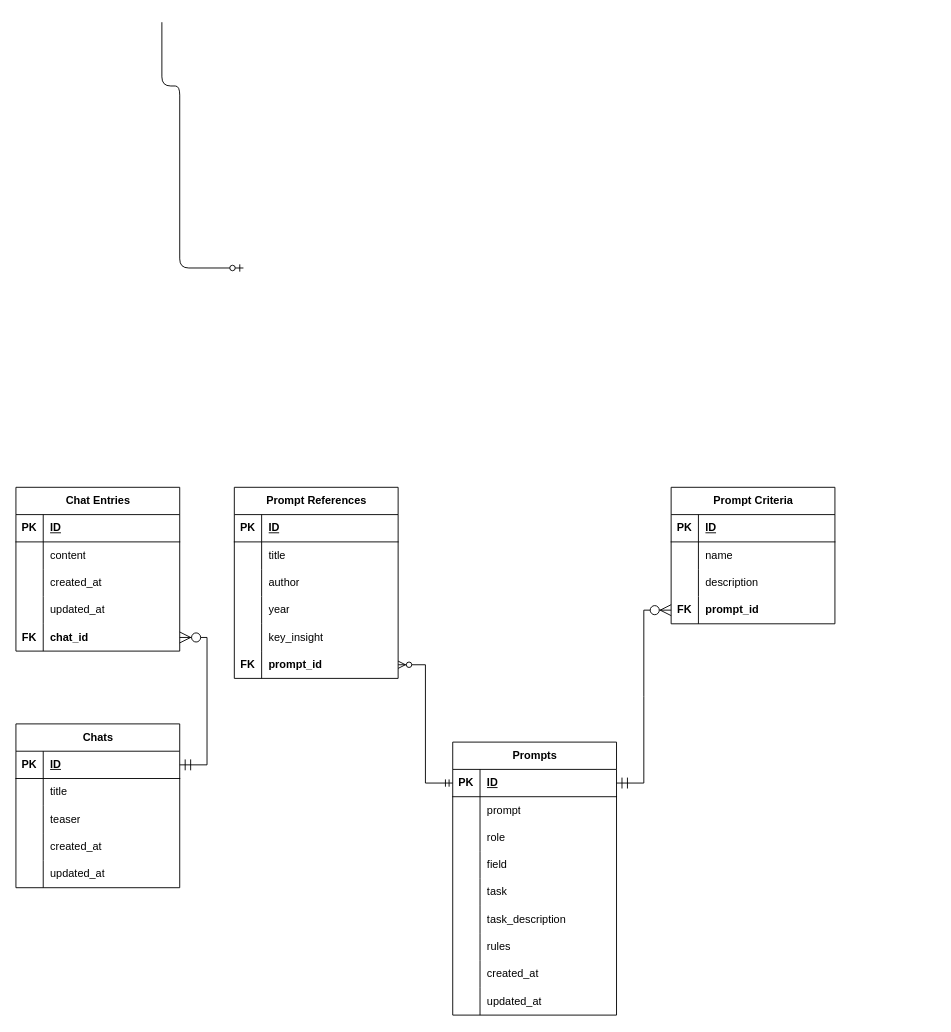
Before: docs/database.drawio in sergeyklay/promptly, a draw.io diagram. Source tidied: cells renumbered, new cells numbered last; positions are measured from the earlier drawing's top-left corner, leaving out a move shared by most shapes. Both pictures are drawn from the tidied source at 91%, with x=0, y=0 at pixel (15, 22).
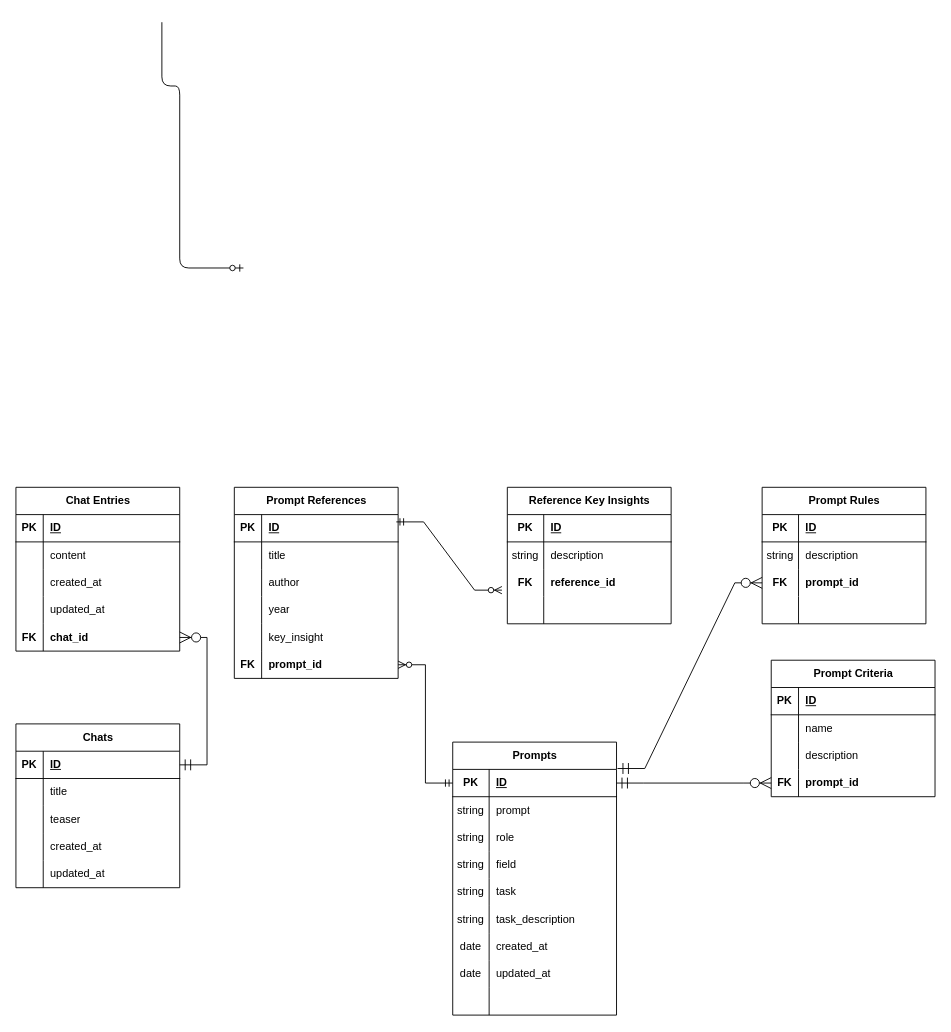
After the change.

Unchanged cells that the change refers to:
```xml
<mxCell id="36" value="Prompts" style="shape=table;startSize=30;childLayout=tableLayout;rowLines=0;fontStyle=1;align=center;html=1;fillColor=none;" parent="1" vertex="1">
  <mxGeometry x="480" y="791" width="180" height="300" as="geometry" />
</mxCell>
<mxCell id="37" style="shape=tableRow;horizontal=0;startSize=0;swimlaneHead=0;swimlaneBody=0;fillColor=none;points=[[0,0.5],[1,0.5]];portConstraint=eastwest;top=0;left=0;right=0;bottom=1;" parent="36" vertex="1">
  <mxGeometry y="30" width="180" height="30" as="geometry" />
</mxCell>
<mxCell id="40" style="shape=tableRow;horizontal=0;startSize=0;swimlaneHead=0;swimlaneBody=0;fillColor=none;top=0;left=0;right=0;bottom=0;" parent="36" vertex="1">
  <mxGeometry y="60" width="180" height="30" as="geometry" />
</mxCell>
<mxCell id="43" style="shape=tableRow;horizontal=0;startSize=0;swimlaneHead=0;swimlaneBody=0;fillColor=none;top=0;left=0;right=0;bottom=0;" parent="36" vertex="1">
  <mxGeometry y="90" width="180" height="30" as="geometry" />
</mxCell>
<mxCell id="46" style="shape=tableRow;horizontal=0;startSize=0;swimlaneHead=0;swimlaneBody=0;fillColor=none;top=0;left=0;right=0;bottom=0;" parent="36" vertex="1">
  <mxGeometry y="120" width="180" height="30" as="geometry" />
</mxCell>
<mxCell id="49" style="shape=tableRow;horizontal=0;startSize=0;swimlaneHead=0;swimlaneBody=0;fillColor=none;top=0;left=0;right=0;bottom=0;" parent="36" vertex="1">
  <mxGeometry y="150" width="180" height="30" as="geometry" />
</mxCell>
<mxCell id="52" style="shape=tableRow;horizontal=0;startSize=0;swimlaneHead=0;swimlaneBody=0;fillColor=none;top=0;left=0;right=0;bottom=0;" parent="36" vertex="1">
  <mxGeometry y="180" width="180" height="30" as="geometry" />
</mxCell>
<mxCell id="58" style="shape=tableRow;horizontal=0;startSize=0;swimlaneHead=0;swimlaneBody=0;fillColor=none;top=0;left=0;right=0;bottom=0;" parent="36" vertex="1">
  <mxGeometry y="240" width="180" height="30" as="geometry" />
</mxCell>
<mxCell id="61" style="shape=tableRow;horizontal=0;startSize=0;swimlaneHead=0;swimlaneBody=0;fillColor=none;top=0;left=0;right=0;bottom=0;" parent="36" vertex="1">
  <mxGeometry y="270" width="180" height="30" as="geometry" />
</mxCell>
<mxCell id="79" style="shape=tableRow;horizontal=0;startSize=0;swimlaneHead=0;swimlaneBody=0;fillColor=none;points=[[0,0.5],[1,0.5]];portConstraint=eastwest;top=0;left=0;right=0;bottom=1;" parent="78" vertex="1">
  <mxGeometry y="30" width="180" height="30" as="geometry" />
</mxCell>
```

The edit, as a diff of the source:
```diff
@@
     <mxCell id="38" value="PK" style="shape=partialRectangle;fillColor=none;top=0;left=0;bottom=0;right=0;fontStyle=1;overflow=hidden;whiteSpace=wrap;html=1;" parent="37" vertex="1">
-      <mxGeometry width="30" height="30" as="geometry" />
+      <mxGeometry width="40" height="30" as="geometry" />
     </mxCell>
     <mxCell id="39" value="ID" style="shape=partialRectangle;fillColor=none;top=0;left=0;bottom=0;right=0;align=left;spacingLeft=6;fontStyle=5;overflow=hidden;whiteSpace=wrap;html=1;" parent="37" vertex="1">
-      <mxGeometry x="30" width="150" height="30" as="geometry" />
+      <mxGeometry x="40" width="140" height="30" as="geometry" />
     </mxCell>
@@
-    <mxCell id="41" style="shape=partialRectangle;fillColor=none;top=0;left=0;bottom=0;right=0;overflow=hidden;whiteSpace=wrap;html=1;" parent="40" vertex="1">
-      <mxGeometry width="30" height="30" as="geometry" />
+    <mxCell id="41" value="string" style="shape=partialRectangle;fillColor=none;top=0;left=0;bottom=0;right=0;overflow=hidden;whiteSpace=wrap;html=1;" parent="40" vertex="1">
+      <mxGeometry width="40" height="30" as="geometry" />
     </mxCell>
     <mxCell id="42" value="prompt" style="shape=partialRectangle;fillColor=none;top=0;left=0;bottom=0;right=0;align=left;spacingLeft=6;overflow=hidden;whiteSpace=wrap;html=1;" parent="40" vertex="1">
-      <mxGeometry x="30" width="150" height="30" as="geometry" />
+      <mxGeometry x="40" width="140" height="30" as="geometry" />
     </mxCell>
@@
-    <mxCell id="44" style="shape=partialRectangle;fillColor=none;top=0;left=0;bottom=0;right=0;overflow=hidden;whiteSpace=wrap;html=1;" parent="43" vertex="1">
-      <mxGeometry width="30" height="30" as="geometry" />
+    <mxCell id="44" value="string" style="shape=partialRectangle;fillColor=none;top=0;left=0;bottom=0;right=0;overflow=hidden;whiteSpace=wrap;html=1;" parent="43" vertex="1">
+      <mxGeometry width="40" height="30" as="geometry" />
     </mxCell>
     <mxCell id="45" value="role" style="shape=partialRectangle;fillColor=none;top=0;left=0;bottom=0;right=0;align=left;spacingLeft=6;overflow=hidden;whiteSpace=wrap;html=1;" parent="43" vertex="1">
-      <mxGeometry x="30" width="150" height="30" as="geometry" />
+      <mxGeometry x="40" width="140" height="30" as="geometry" />
     </mxCell>
@@
-    <mxCell id="47" style="shape=partialRectangle;fillColor=none;top=0;left=0;bottom=0;right=0;overflow=hidden;whiteSpace=wrap;html=1;" parent="46" vertex="1">
-      <mxGeometry width="30" height="30" as="geometry" />
+    <mxCell id="47" value="string" style="shape=partialRectangle;fillColor=none;top=0;left=0;bottom=0;right=0;overflow=hidden;whiteSpace=wrap;html=1;" parent="46" vertex="1">
+      <mxGeometry width="40" height="30" as="geometry" />
     </mxCell>
     <mxCell id="48" value="field" style="shape=partialRectangle;fillColor=none;top=0;left=0;bottom=0;right=0;align=left;spacingLeft=6;overflow=hidden;whiteSpace=wrap;html=1;" parent="46" vertex="1">
-      <mxGeometry x="30" width="150" height="30" as="geometry" />
+      <mxGeometry x="40" width="140" height="30" as="geometry" />
     </mxCell>
@@
-    <mxCell id="50" style="shape=partialRectangle;fillColor=none;top=0;left=0;bottom=0;right=0;overflow=hidden;whiteSpace=wrap;html=1;" parent="49" vertex="1">
-      <mxGeometry width="30" height="30" as="geometry" />
+    <mxCell id="50" value="string" style="shape=partialRectangle;fillColor=none;top=0;left=0;bottom=0;right=0;overflow=hidden;whiteSpace=wrap;html=1;" parent="49" vertex="1">
+      <mxGeometry width="40" height="30" as="geometry" />
     </mxCell>
     <mxCell id="51" value="task" style="shape=partialRectangle;fillColor=none;top=0;left=0;bottom=0;right=0;align=left;spacingLeft=6;overflow=hidden;whiteSpace=wrap;html=1;" parent="49" vertex="1">
-      <mxGeometry x="30" width="150" height="30" as="geometry" />
+      <mxGeometry x="40" width="140" height="30" as="geometry" />
     </mxCell>
@@
-    <mxCell id="53" style="shape=partialRectangle;fillColor=none;top=0;left=0;bottom=0;right=0;overflow=hidden;whiteSpace=wrap;html=1;" parent="52" vertex="1">
-      <mxGeometry width="30" height="30" as="geometry" />
+    <mxCell id="53" value="string" style="shape=partialRectangle;fillColor=none;top=0;left=0;bottom=0;right=0;overflow=hidden;whiteSpace=wrap;html=1;" parent="52" vertex="1">
+      <mxGeometry width="40" height="30" as="geometry" />
     </mxCell>
     <mxCell id="54" value="task_description" style="shape=partialRectangle;fillColor=none;top=0;left=0;bottom=0;right=0;align=left;spacingLeft=6;overflow=hidden;whiteSpace=wrap;html=1;" parent="52" vertex="1">
-      <mxGeometry x="30" width="150" height="30" as="geometry" />
+      <mxGeometry x="40" width="140" height="30" as="geometry" />
     </mxCell>
-    <mxCell id="55" style="shape=tableRow;horizontal=0;startSize=0;swimlaneHead=0;swimlaneBody=0;fillColor=none;top=0;left=0;right=0;bottom=0;" parent="36" vertex="1">
+    <mxCell id="55" style="shape=tableRow;horizontal=0;startSize=0;swimlaneHead=0;swimlaneBody=0;fillColor=none;top=0;left=0;right=0;bottom=0;swimlaneLine=1;" parent="36" vertex="1">
       <mxGeometry y="210" width="180" height="30" as="geometry" />
     </mxCell>
-    <mxCell id="56" style="shape=partialRectangle;fillColor=none;top=0;left=0;bottom=0;right=0;overflow=hidden;whiteSpace=wrap;html=1;" parent="55" vertex="1">
-      <mxGeometry width="30" height="30" as="geometry" />
+    <mxCell id="56" value="date" style="shape=partialRectangle;fillColor=none;top=0;left=0;bottom=0;right=0;overflow=hidden;whiteSpace=wrap;html=1;" parent="55" vertex="1">
+      <mxGeometry width="40" height="30" as="geometry" />
     </mxCell>
-    <mxCell id="57" value="rules" style="shape=partialRectangle;fillColor=none;top=0;left=0;bottom=0;right=0;align=left;spacingLeft=6;overflow=hidden;whiteSpace=wrap;html=1;" parent="55" vertex="1">
-      <mxGeometry x="30" width="150" height="30" as="geometry" />
+    <mxCell id="57" value="created_at" style="shape=partialRectangle;fillColor=none;top=0;left=0;bottom=0;right=0;align=left;spacingLeft=6;overflow=hidden;whiteSpace=wrap;html=1;" parent="55" vertex="1">
+      <mxGeometry x="40" width="140" height="30" as="geometry" />
     </mxCell>
@@
-    <mxCell id="59" style="shape=partialRectangle;fillColor=none;top=0;left=0;bottom=0;right=0;overflow=hidden;whiteSpace=wrap;html=1;" parent="58" vertex="1">
-      <mxGeometry width="30" height="30" as="geometry" />
+    <mxCell id="59" value="date" style="shape=partialRectangle;fillColor=none;top=0;left=0;bottom=0;right=0;overflow=hidden;whiteSpace=wrap;html=1;" parent="58" vertex="1">
+      <mxGeometry width="40" height="30" as="geometry" />
     </mxCell>
-    <mxCell id="60" value="created_at" style="shape=partialRectangle;fillColor=none;top=0;left=0;bottom=0;right=0;align=left;spacingLeft=6;overflow=hidden;whiteSpace=wrap;html=1;" parent="58" vertex="1">
-      <mxGeometry x="30" width="150" height="30" as="geometry" />
+    <mxCell id="60" value="updated_at" style="shape=partialRectangle;fillColor=none;top=0;left=0;bottom=0;right=0;align=left;spacingLeft=6;overflow=hidden;whiteSpace=wrap;html=1;" parent="58" vertex="1">
+      <mxGeometry x="40" width="140" height="30" as="geometry" />
     </mxCell>
@@
     <mxCell id="62" style="shape=partialRectangle;fillColor=none;top=0;left=0;bottom=0;right=0;overflow=hidden;whiteSpace=wrap;html=1;" parent="61" vertex="1">
-      <mxGeometry width="30" height="30" as="geometry" />
+      <mxGeometry width="40" height="30" as="geometry" />
     </mxCell>
-    <mxCell id="63" value="updated_at" style="shape=partialRectangle;fillColor=none;top=0;left=0;bottom=0;right=0;align=left;spacingLeft=6;overflow=hidden;whiteSpace=wrap;html=1;" parent="61" vertex="1">
-      <mxGeometry x="30" width="150" height="30" as="geometry" />
+    <mxCell id="63" style="shape=partialRectangle;fillColor=none;top=0;left=0;bottom=0;right=0;align=left;spacingLeft=6;overflow=hidden;whiteSpace=wrap;html=1;" parent="61" vertex="1">
+      <mxGeometry x="40" width="140" height="30" as="geometry" />
     </mxCell>
     <mxCell id="64" value="Prompt Criteria" style="shape=table;startSize=30;childLayout=tableLayout;rowLines=0;fontStyle=1;align=center;html=1;" parent="1" vertex="1">
-      <mxGeometry x="720" y="511" width="180" height="150" as="geometry" />
+      <mxGeometry x="830" y="701" width="180" height="150" as="geometry" />
     </mxCell>
@@
+    <mxCell id="98" value="Prompt Rules" style="shape=table;startSize=30;childLayout=tableLayout;rowLines=0;fontStyle=1;align=center;html=1;" parent="1" vertex="1">
+      <mxGeometry x="820" y="511" width="180" height="150" as="geometry" />
+    </mxCell>
+    <mxCell id="99" style="shape=tableRow;horizontal=0;startSize=0;swimlaneHead=0;swimlaneBody=0;fillColor=none;top=0;left=0;right=0;bottom=1;" parent="98" vertex="1">
+      <mxGeometry y="30" width="180" height="30" as="geometry" />
+    </mxCell>
+    <mxCell id="100" value="PK" style="shape=partialRectangle;fillColor=none;top=0;left=0;bottom=0;right=0;fontStyle=1;overflow=hidden;whiteSpace=wrap;html=1;" parent="99" vertex="1">
+      <mxGeometry width="40" height="30" as="geometry" />
+    </mxCell>
+    <mxCell id="101" value="ID" style="shape=partialRectangle;fillColor=none;top=0;left=0;bottom=0;right=0;align=left;spacingLeft=6;fontStyle=5;overflow=hidden;whiteSpace=wrap;html=1;" parent="99" vertex="1">
+      <mxGeometry x="40" width="140" height="30" as="geometry" />
+    </mxCell>
+    <mxCell id="102" style="shape=tableRow;horizontal=0;startSize=0;swimlaneHead=0;swimlaneBody=0;fillColor=none;top=0;left=0;right=0;bottom=0;" parent="98" vertex="1">
+      <mxGeometry y="60" width="180" height="30" as="geometry" />
+    </mxCell>
+    <mxCell id="103" value="string" style="shape=partialRectangle;fillColor=none;top=0;left=0;bottom=0;right=0;overflow=hidden;whiteSpace=wrap;html=1;" parent="102" vertex="1">
+      <mxGeometry width="40" height="30" as="geometry" />
+    </mxCell>
+    <mxCell id="104" value="description" style="shape=partialRectangle;fillColor=none;top=0;left=0;bottom=0;right=0;align=left;spacingLeft=6;overflow=hidden;whiteSpace=wrap;html=1;" parent="102" vertex="1">
+      <mxGeometry x="40" width="140" height="30" as="geometry" />
+    </mxCell>
+    <mxCell id="105" style="shape=tableRow;horizontal=0;startSize=0;swimlaneHead=0;swimlaneBody=0;fillColor=none;points=[[0,0.5],[1,0.5]];portConstraint=eastwest;top=0;left=0;right=0;bottom=0;" parent="98" vertex="1">
+      <mxGeometry y="90" width="180" height="30" as="geometry" />
+    </mxCell>
+    <mxCell id="106" value="FK" style="shape=partialRectangle;fillColor=none;top=0;left=0;bottom=0;right=0;overflow=hidden;whiteSpace=wrap;html=1;fontStyle=1;" parent="105" vertex="1">
+      <mxGeometry width="40" height="30" as="geometry" />
+    </mxCell>
+    <mxCell id="107" value="prompt_id" style="shape=partialRectangle;fillColor=none;top=0;left=0;bottom=0;right=0;align=left;spacingLeft=6;overflow=hidden;whiteSpace=wrap;html=1;fontStyle=1;" parent="105" vertex="1">
+      <mxGeometry x="40" width="140" height="30" as="geometry" />
+    </mxCell>
+    <mxCell id="108" style="shape=tableRow;horizontal=0;startSize=0;swimlaneHead=0;swimlaneBody=0;fillColor=none;top=0;left=0;right=0;bottom=0;" parent="98" vertex="1">
+      <mxGeometry y="120" width="180" height="30" as="geometry" />
+    </mxCell>
+    <mxCell id="109" style="shape=partialRectangle;fillColor=none;top=0;left=0;bottom=0;right=0;overflow=hidden;whiteSpace=wrap;html=1;fontStyle=0;" parent="108" vertex="1">
+      <mxGeometry width="40" height="30" as="geometry" />
+    </mxCell>
+    <mxCell id="110" style="shape=partialRectangle;fillColor=none;top=0;left=0;bottom=0;right=0;align=left;spacingLeft=6;overflow=hidden;whiteSpace=wrap;html=1;fontStyle=0;" parent="108" vertex="1">
+      <mxGeometry x="40" width="140" height="30" as="geometry" />
+    </mxCell>
+    <mxCell id="111" style="edgeStyle=entityRelationEdgeStyle;fontSize=12;html=1;endArrow=ERzeroToMany;startArrow=ERmandOne;rounded=0;exitX=1.006;exitY=-0.033;exitDx=0;exitDy=0;exitPerimeter=0;endSize=10;startSize=10;" parent="1" edge="1" source="37" target="105">
+      <mxGeometry relative="1" as="geometry">
+        <Array as="points">
+          <mxPoint x="620" y="651" />
+        </Array>
+      </mxGeometry>
+    </mxCell>
+    <mxCell id="112" value="Reference Key Insights" style="shape=table;startSize=30;childLayout=tableLayout;rowLines=0;fontStyle=1;align=center;html=1;" parent="1" vertex="1">
+      <mxGeometry x="540" y="511" width="180" height="150" as="geometry" />
+    </mxCell>
+    <mxCell id="113" style="shape=tableRow;horizontal=0;startSize=0;swimlaneHead=0;swimlaneBody=0;fillColor=none;top=0;left=0;right=0;bottom=1;" parent="112" vertex="1">
+      <mxGeometry y="30" width="180" height="30" as="geometry" />
+    </mxCell>
+    <mxCell id="114" value="PK" style="shape=partialRectangle;fillColor=none;top=0;left=0;bottom=0;right=0;fontStyle=1;overflow=hidden;whiteSpace=wrap;html=1;" parent="113" vertex="1">
+      <mxGeometry width="40" height="30" as="geometry" />
+    </mxCell>
+    <mxCell id="115" value="ID" style="shape=partialRectangle;fillColor=none;top=0;left=0;bottom=0;right=0;align=left;spacingLeft=6;fontStyle=5;overflow=hidden;whiteSpace=wrap;html=1;" parent="113" vertex="1">
+      <mxGeometry x="40" width="140" height="30" as="geometry" />
+    </mxCell>
+    <mxCell id="116" style="shape=tableRow;horizontal=0;startSize=0;swimlaneHead=0;swimlaneBody=0;fillColor=none;top=0;left=0;right=0;bottom=0;" parent="112" vertex="1">
+      <mxGeometry y="60" width="180" height="30" as="geometry" />
+    </mxCell>
+    <mxCell id="117" value="string" style="shape=partialRectangle;fillColor=none;top=0;left=0;bottom=0;right=0;overflow=hidden;whiteSpace=wrap;html=1;" parent="116" vertex="1">
+      <mxGeometry width="40" height="30" as="geometry" />
+    </mxCell>
+    <mxCell id="118" value="description" style="shape=partialRectangle;fillColor=none;top=0;left=0;bottom=0;right=0;align=left;spacingLeft=6;overflow=hidden;whiteSpace=wrap;html=1;" parent="116" vertex="1">
+      <mxGeometry x="40" width="140" height="30" as="geometry" />
+    </mxCell>
+    <mxCell id="119" style="shape=tableRow;horizontal=0;startSize=0;swimlaneHead=0;swimlaneBody=0;fillColor=none;points=[[0,0.5],[1,0.5]];portConstraint=eastwest;top=0;left=0;right=0;bottom=0;" parent="112" vertex="1">
+      <mxGeometry y="90" width="180" height="30" as="geometry" />
+    </mxCell>
+    <mxCell id="120" value="FK" style="shape=partialRectangle;fillColor=none;top=0;left=0;bottom=0;right=0;overflow=hidden;whiteSpace=wrap;html=1;fontStyle=1;" parent="119" vertex="1">
+      <mxGeometry width="40" height="30" as="geometry" />
+    </mxCell>
+    <mxCell id="121" value="reference_id" style="shape=partialRectangle;fillColor=none;top=0;left=0;bottom=0;right=0;align=left;spacingLeft=6;overflow=hidden;whiteSpace=wrap;html=1;fontStyle=1;" parent="119" vertex="1">
+      <mxGeometry x="40" width="140" height="30" as="geometry" />
+    </mxCell>
+    <mxCell id="122" style="shape=tableRow;horizontal=0;startSize=0;swimlaneHead=0;swimlaneBody=0;fillColor=none;top=0;left=0;right=0;bottom=0;" parent="112" vertex="1">
+      <mxGeometry y="120" width="180" height="30" as="geometry" />
+    </mxCell>
+    <mxCell id="123" style="shape=partialRectangle;fillColor=none;top=0;left=0;bottom=0;right=0;overflow=hidden;whiteSpace=wrap;html=1;fontStyle=0;" parent="122" vertex="1">
+      <mxGeometry width="40" height="30" as="geometry" />
+    </mxCell>
+    <mxCell id="124" style="shape=partialRectangle;fillColor=none;top=0;left=0;bottom=0;right=0;align=left;spacingLeft=6;overflow=hidden;whiteSpace=wrap;html=1;fontStyle=0;" parent="122" vertex="1">
+      <mxGeometry x="40" width="140" height="30" as="geometry" />
+    </mxCell>
+    <mxCell id="125" style="edgeStyle=entityRelationEdgeStyle;fontSize=12;html=1;endArrow=ERzeroToMany;startArrow=ERmandOne;rounded=0;entryX=-0.033;entryY=0.767;entryDx=0;entryDy=0;entryPerimeter=0;exitX=0.989;exitY=0.267;exitDx=0;exitDy=0;exitPerimeter=0;" parent="1" edge="1" source="79" target="119">
+      <mxGeometry relative="1" as="geometry" />
+    </mxCell>
```
